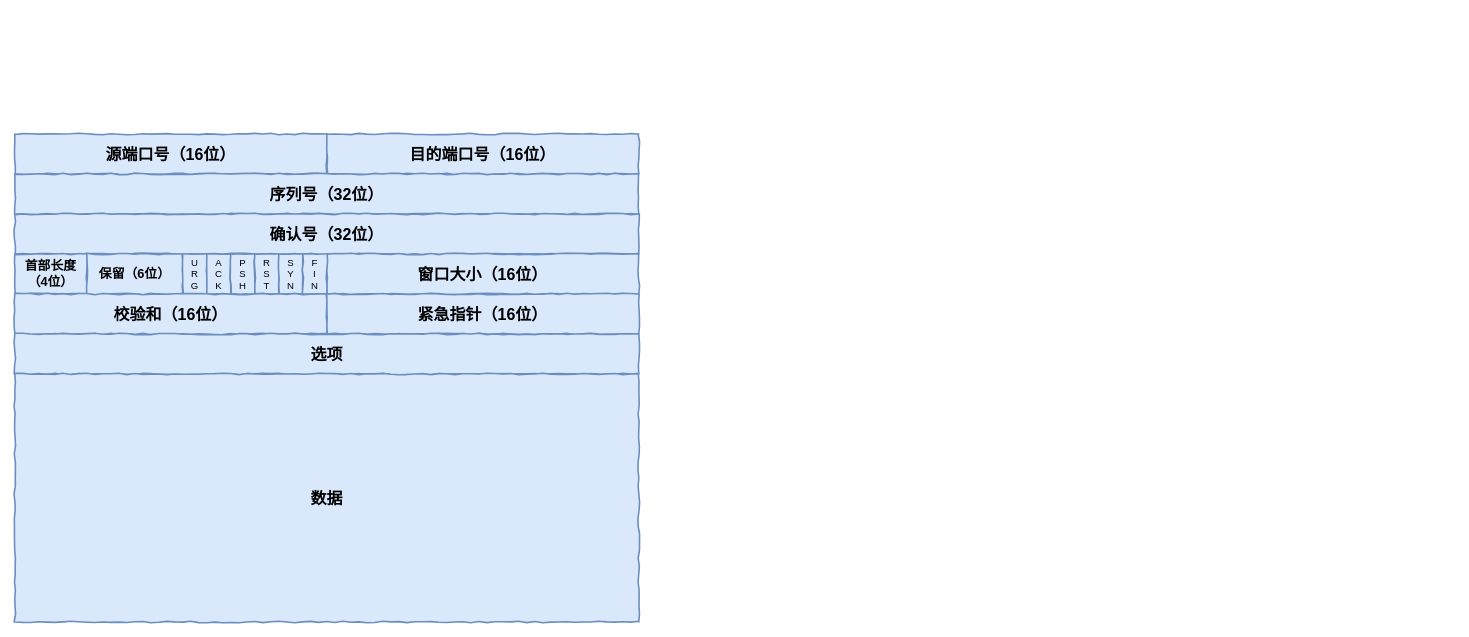
shershon1991/diagrams-draw.io keeps this draw.io diagram as TCP 报文头部格式.drawio. Above is the earlier version. Source tidied: cells renumbered, new cells numbered last; positions are measured from the earlier drawing's top-left corner, leaving out a move shared by most shapes. Both pictures are drawn from the tidied source at 80%, with x=0, y=0 at pixel (14, 134).
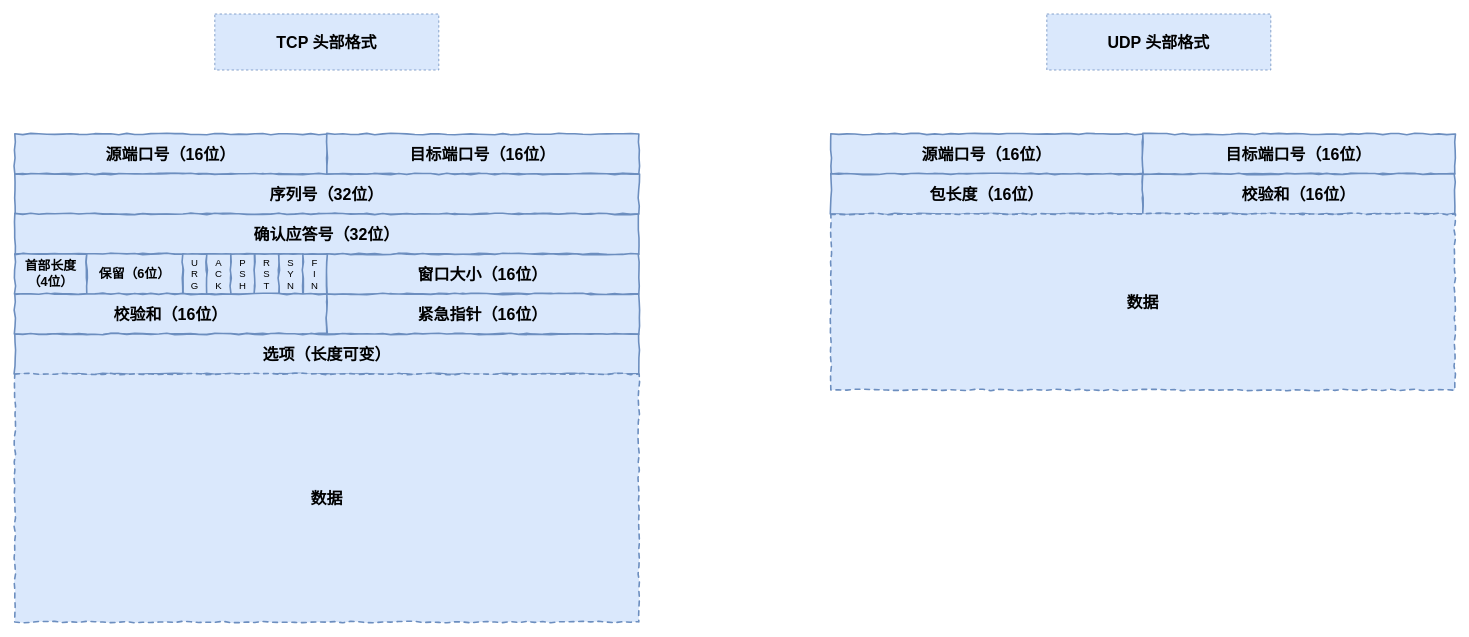
The same diagram, later.

Commit message:
更新TCP 报文头部格式.drawio

Diff of the diagram source:
```diff
@@
-    <mxCell id="3" value="&lt;font style=&quot;font-size: 20px&quot;&gt;&lt;b&gt;目的端口号（16位）&lt;/b&gt;&lt;/font&gt;" style="rounded=0;whiteSpace=wrap;html=1;comic=1;fillColor=#dae8fc;strokeColor=#6c8ebf;strokeWidth=2;" parent="1" vertex="1">
+    <mxCell id="3" value="&lt;font style=&quot;font-size: 20px&quot;&gt;&lt;b&gt;目标端口号（16位）&lt;/b&gt;&lt;/font&gt;" style="rounded=0;whiteSpace=wrap;html=1;comic=1;fillColor=#dae8fc;strokeColor=#6c8ebf;strokeWidth=2;" parent="1" vertex="1">
       <mxGeometry x="390" width="390" height="50" as="geometry" />
     </mxCell>
@@
-    <mxCell id="5" value="确认号（32位）" style="rounded=0;whiteSpace=wrap;html=1;comic=1;fillColor=#dae8fc;strokeColor=#6c8ebf;strokeWidth=2;fontSize=20;fontStyle=1;" parent="1" vertex="1">
+    <mxCell id="5" value="确认应答号（32位）" style="rounded=0;whiteSpace=wrap;html=1;comic=1;fillColor=#dae8fc;strokeColor=#6c8ebf;strokeWidth=2;fontSize=20;fontStyle=1;" parent="1" vertex="1">
       <mxGeometry y="100" width="780" height="50" as="geometry" />
     </mxCell>
@@
-    <mxCell id="17" value="&lt;font style=&quot;font-size: 20px&quot;&gt;&lt;b&gt;选项&lt;/b&gt;&lt;/font&gt;" style="rounded=0;whiteSpace=wrap;html=1;comic=1;fillColor=#dae8fc;strokeColor=#6c8ebf;strokeWidth=2;" parent="1" vertex="1">
+    <mxCell id="17" value="&lt;font style=&quot;font-size: 20px&quot;&gt;&lt;b&gt;选项（长度可变）&lt;/b&gt;&lt;/font&gt;" style="rounded=0;whiteSpace=wrap;html=1;comic=1;fillColor=#dae8fc;strokeColor=#6c8ebf;strokeWidth=2;" parent="1" vertex="1">
       <mxGeometry y="250" width="780" height="50" as="geometry" />
     </mxCell>
-    <mxCell id="18" value="&lt;font style=&quot;font-size: 20px&quot;&gt;&lt;b&gt;数据&lt;/b&gt;&lt;/font&gt;" style="rounded=0;whiteSpace=wrap;html=1;comic=1;fillColor=#dae8fc;strokeColor=#6c8ebf;strokeWidth=2;" parent="1" vertex="1">
+    <mxCell id="18" value="&lt;font style=&quot;font-size: 20px&quot;&gt;&lt;b&gt;数据&lt;/b&gt;&lt;/font&gt;" style="rounded=0;whiteSpace=wrap;html=1;comic=1;fillColor=#dae8fc;strokeColor=#6c8ebf;strokeWidth=2;dashed=1;" parent="1" vertex="1">
       <mxGeometry y="300" width="780" height="310" as="geometry" />
     </mxCell>
+    <mxCell id="19" value="源端口号（16位）" style="rounded=0;whiteSpace=wrap;html=1;comic=1;fillColor=#dae8fc;strokeColor=#6c8ebf;strokeWidth=2;fontSize=20;fontStyle=1;" parent="1" vertex="1">
+      <mxGeometry x="1020" width="390" height="50" as="geometry" />
+    </mxCell>
+    <mxCell id="20" value="&lt;font style=&quot;font-size: 20px&quot;&gt;&lt;b&gt;目标端口号（16位）&lt;/b&gt;&lt;/font&gt;" style="rounded=0;whiteSpace=wrap;html=1;comic=1;fillColor=#dae8fc;strokeColor=#6c8ebf;strokeWidth=2;" parent="1" vertex="1">
+      <mxGeometry x="1410" width="390" height="50" as="geometry" />
+    </mxCell>
+    <mxCell id="21" value="&lt;font style=&quot;font-size: 20px&quot;&gt;&lt;b&gt;TCP 头部格式&lt;/b&gt;&lt;/font&gt;" style="rounded=0;whiteSpace=wrap;html=1;dashed=1;fillColor=#dae8fc;strokeColor=#6c8ebf;" parent="1" vertex="1">
+      <mxGeometry x="250" y="-150" width="280" height="70" as="geometry" />
+    </mxCell>
+    <mxCell id="22" value="&lt;font style=&quot;font-size: 20px&quot;&gt;&lt;b&gt;UDP 头部格式&lt;/b&gt;&lt;/font&gt;" style="rounded=0;whiteSpace=wrap;html=1;dashed=1;fillColor=#dae8fc;strokeColor=#6c8ebf;" parent="1" vertex="1">
+      <mxGeometry x="1290" y="-150" width="280" height="70" as="geometry" />
+    </mxCell>
+    <mxCell id="23" value="包长度（16位）" style="rounded=0;whiteSpace=wrap;html=1;comic=1;fillColor=#dae8fc;strokeColor=#6c8ebf;strokeWidth=2;fontSize=20;fontStyle=1;" parent="1" vertex="1">
+      <mxGeometry x="1020" y="50" width="390" height="50" as="geometry" />
+    </mxCell>
+    <mxCell id="24" value="&lt;font style=&quot;font-size: 20px&quot;&gt;&lt;b&gt;校验和（16位）&lt;/b&gt;&lt;/font&gt;" style="rounded=0;whiteSpace=wrap;html=1;comic=1;fillColor=#dae8fc;strokeColor=#6c8ebf;strokeWidth=2;" parent="1" vertex="1">
+      <mxGeometry x="1410" y="50" width="390" height="50" as="geometry" />
+    </mxCell>
+    <mxCell id="25" value="数据" style="rounded=0;whiteSpace=wrap;html=1;comic=1;fillColor=#dae8fc;strokeColor=#6c8ebf;strokeWidth=2;fontSize=20;fontStyle=1;dashed=1;" parent="1" vertex="1">
+      <mxGeometry x="1020" y="100" width="780" height="220" as="geometry" />
+    </mxCell>
```
